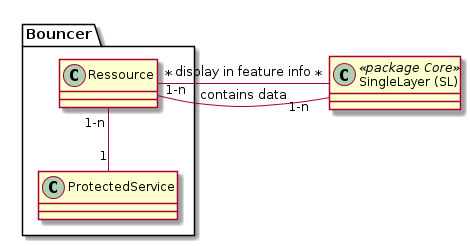
Earlier version of the PlantUML export puml_output/simi_bouncer.png (simi-so/mm). The source it was exported from:
```plantuml
@startuml
class "SingleLayer (SL)" as sl << package Core >>

package "Bouncer" {
	class "ProtectedService" as ps
    class "Ressource" as res
}

sl "1-n   " -left- "1-n" res : contains data
sl "*" -left- "*" res : display in feature info
res "1-n" -- "1" ps
@enduml
```
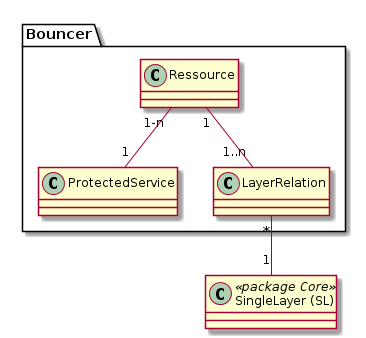
After the change.

The edit, as a diff of the source:
```diff
@@ -4,9 +4,11 @@
 package "Bouncer" {
 	class "ProtectedService" as ps
     class "Ressource" as res
+    class "LayerRelation" as lr
 }
 
-sl "1-n   " -left- "1-n" res : contains data
-sl "*" -left- "*" res : display in feature info
+res "1" -- "1..n" lr
+lr "*" -- "1" sl
+
 res "1-n" -- "1" ps
 @enduml
```
